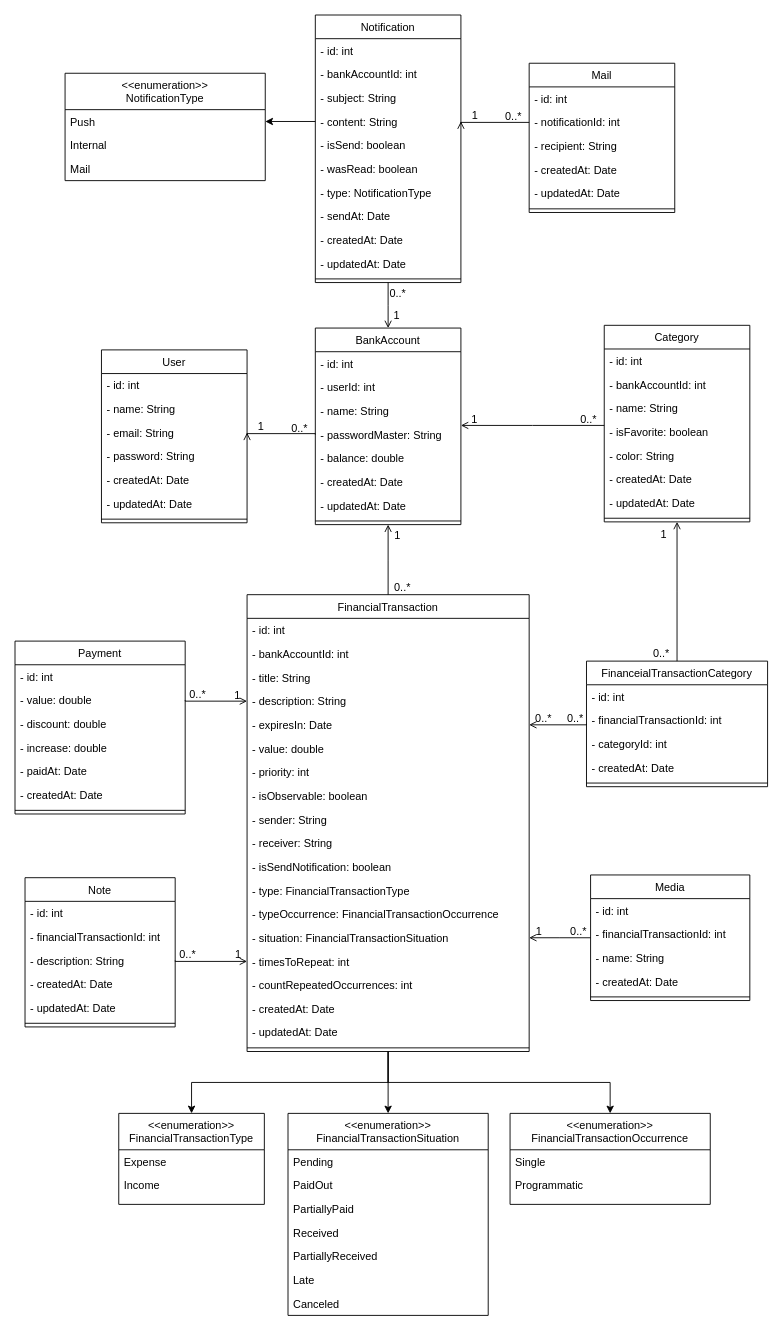
This is docs/class.diagram.drawio from Danrley-Ruan-Saquetti/esliph-finance, a draw.io file, before an edit. Source tidied: cells renumbered, new cells numbered last; positions are measured from the earlier drawing's top-left corner, leaving out a move shared by most shapes. Both pictures are drawn from the tidied source at 91%, with x=0, y=0 at pixel (15, 15).
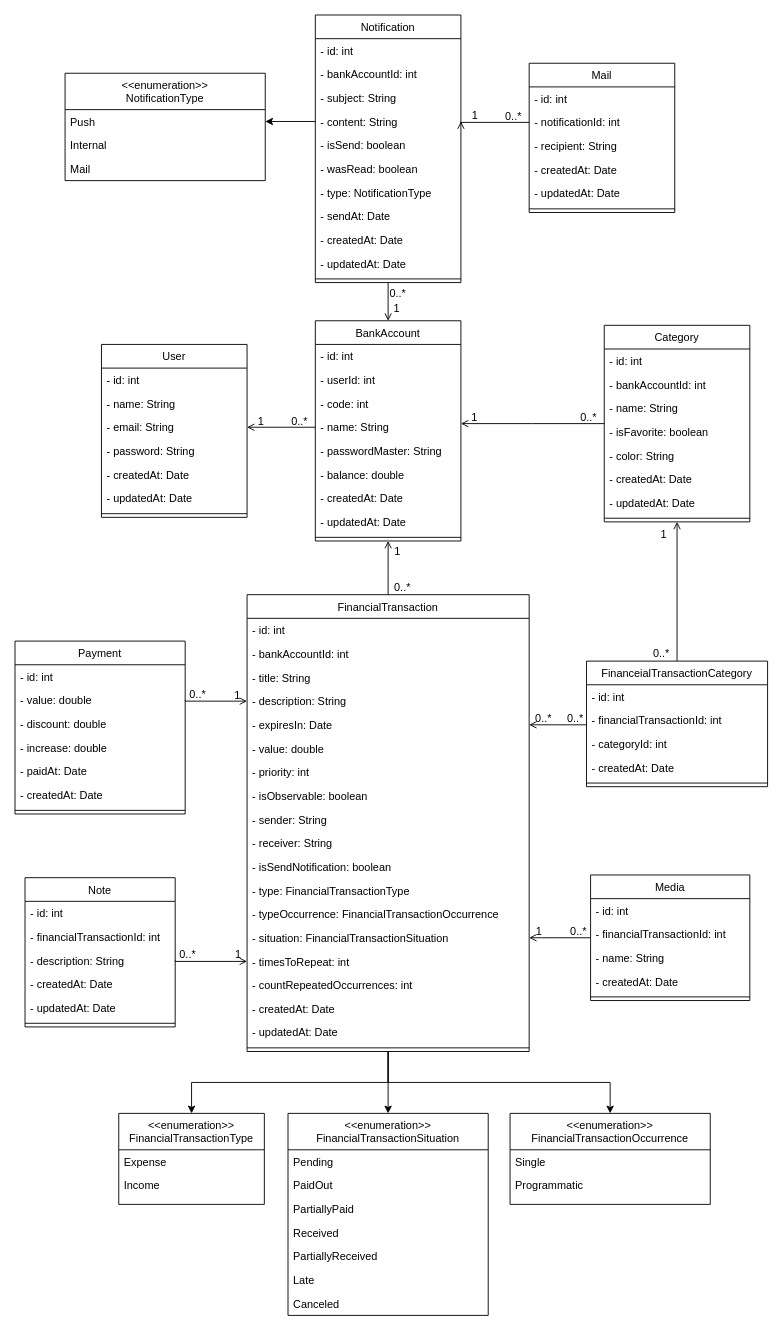
The same page after the edit.

Unchanged cells that the change refers to:
```xml
<mxCell id="132" value="- email: String" style="text;align=left;verticalAlign=top;spacingLeft=4;spacingRight=4;overflow=hidden;points=[[0,0.5],[1,0.5]];portConstraint=eastwest;rounded=0;shadow=0;html=0;" parent="129" vertex="1">
  <mxGeometry y="78" width="160" height="26" as="geometry" />
</mxCell>
```

Diff of the diagram source:
```diff
@@
     <mxCell id="2" value="BankAccount" style="swimlane;fontStyle=0;align=center;verticalAlign=top;horizontal=1;startSize=26;rounded=0;shadow=0;strokeWidth=1;" parent="1" vertex="1">
-      <mxGeometry x="330" y="344" width="160" height="216" as="geometry" />
+      <mxGeometry x="330" y="336" width="160" height="242" as="geometry" />
     </mxCell>
@@
+    <mxCell id="146" value="- code: int" style="text;align=left;verticalAlign=top;spacingLeft=4;spacingRight=4;overflow=hidden;" parent="2" vertex="1">
+      <mxGeometry y="78" width="160" height="26" as="geometry" />
+    </mxCell>
     <mxCell id="5" value="- name: String    " style="text;align=left;verticalAlign=top;spacingLeft=4;spacingRight=4;overflow=hidden;points=[[0,0.5],[1,0.5]];portConstraint=eastwest;" parent="2" vertex="1">
-      <mxGeometry y="78" width="160" height="26" as="geometry" />
+      <mxGeometry y="104" width="160" height="26" as="geometry" />
     </mxCell>
     <mxCell id="6" value="- passwordMaster: String" style="text;align=left;verticalAlign=top;spacingLeft=4;spacingRight=4;overflow=hidden;points=[[0,0.5],[1,0.5]];portConstraint=eastwest;rounded=0;shadow=0;html=0;" parent="2" vertex="1">
-      <mxGeometry y="104" width="160" height="26" as="geometry" />
+      <mxGeometry y="130" width="160" height="26" as="geometry" />
     </mxCell>
     <mxCell id="7" value="- balance: double" style="text;align=left;verticalAlign=top;spacingLeft=4;spacingRight=4;overflow=hidden;" parent="2" vertex="1">
-      <mxGeometry y="130" width="160" height="26" as="geometry" />
+      <mxGeometry y="156" width="160" height="26" as="geometry" />
     </mxCell>
     <mxCell id="8" value="- createdAt: Date" style="text;align=left;verticalAlign=top;spacingLeft=4;spacingRight=4;overflow=hidden;rounded=0;shadow=0;html=0;" parent="2" vertex="1">
-      <mxGeometry y="156" width="160" height="26" as="geometry" />
+      <mxGeometry y="182" width="160" height="26" as="geometry" />
     </mxCell>
     <mxCell id="9" value="- updatedAt: Date" style="text;align=left;verticalAlign=top;spacingLeft=4;spacingRight=4;overflow=hidden;rounded=0;shadow=0;html=0;" parent="2" vertex="1">
-      <mxGeometry y="182" width="160" height="26" as="geometry" />
+      <mxGeometry y="208" width="160" height="26" as="geometry" />
     </mxCell>
     <mxCell id="10" style="line;html=1;strokeWidth=1;align=left;verticalAlign=middle;spacingTop=-1;spacingLeft=3;spacingRight=3;labelPosition=right;" parent="2" vertex="1">
-      <mxGeometry y="208" width="160" height="8" as="geometry" />
+      <mxGeometry y="234" width="160" height="8" as="geometry" />
     </mxCell>
@@
     <mxCell id="129" value="User" style="swimlane;fontStyle=0;align=center;verticalAlign=top;horizontal=1;startSize=26;rounded=0;shadow=0;strokeWidth=1;" parent="1" vertex="1">
-      <mxGeometry x="95" y="368" width="160" height="190" as="geometry" />
+      <mxGeometry x="95" y="362" width="160" height="190" as="geometry" />
     </mxCell>
@@
-    <mxCell id="137" style="endArrow=open;shadow=0;strokeWidth=1;rounded=0;endFill=1;edgeStyle=elbowEdgeStyle;elbow=vertical;exitX=0;exitY=0.5;exitDx=0;exitDy=0;entryX=1;entryY=0.5;entryDx=0;entryDy=0;" parent="1" edge="1" source="6" target="132">
+    <mxCell id="137" style="endArrow=open;shadow=0;strokeWidth=1;rounded=0;endFill=1;edgeStyle=elbowEdgeStyle;elbow=vertical;exitX=0;exitY=0.5;exitDx=0;exitDy=0;entryX=1;entryY=0.5;entryDx=0;entryDy=0;" parent="1" edge="1" source="5" target="132">
       <mxGeometry x="0.5" y="41" relative="1" as="geometry">
         <mxPoint x="-40" y="32" as="offset" />
       </mxGeometry>
     </mxCell>
```
